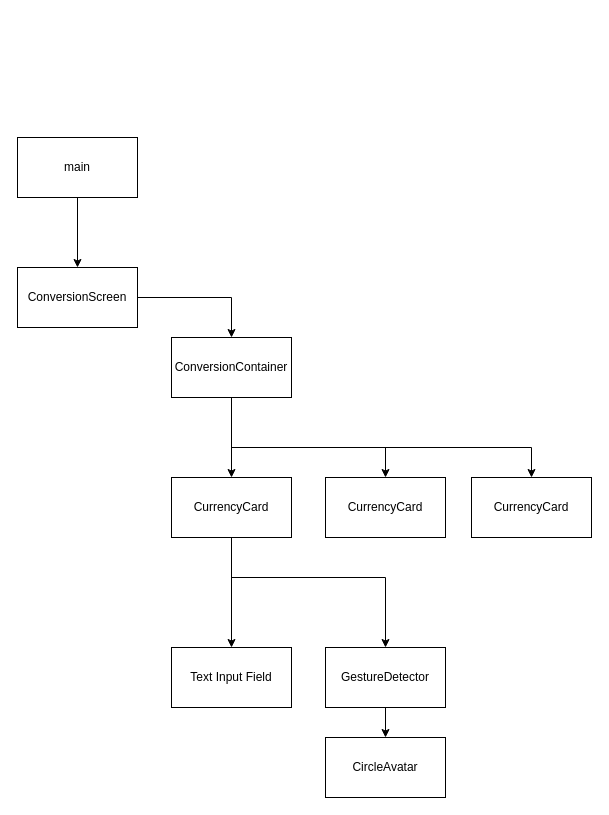
This is Untitled Diagram.drawio from carlstep/reil_money_v1, a draw.io file, before an edit. Source tidied: cells renumbered, new cells numbered last; positions are measured from the earlier drawing's top-left corner, leaving out a move shared by most shapes. Both pictures are drawn from the tidied source at 100%, with x=0, y=0 at pixel (17, 137).
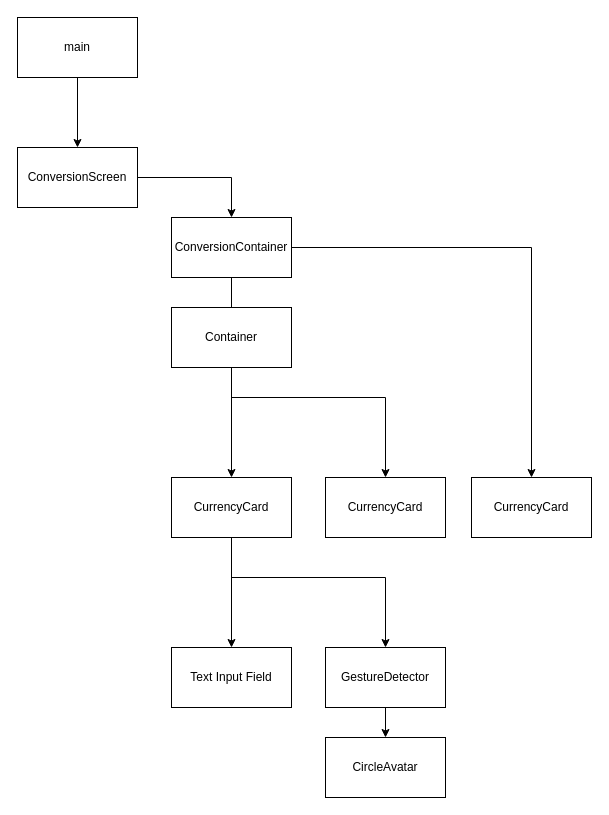
The same page after the edit.

The change refers to these unchanged cells:
```xml
<mxCell id="11" value="CurrencyCard" style="rounded=0;whiteSpace=wrap;html=1;" parent="1" vertex="1">
  <mxGeometry x="308" y="340" width="120" height="60" as="geometry" />
</mxCell>
<mxCell id="12" value="CurrencyCard" style="rounded=0;whiteSpace=wrap;html=1;" parent="1" vertex="1">
  <mxGeometry x="454" y="340" width="120" height="60" as="geometry" />
</mxCell>
```

What changed in the source:
```diff
@@
     <mxCell id="3" value="main" style="rounded=0;whiteSpace=wrap;html=1;" parent="1" vertex="1">
-      <mxGeometry width="120" height="60" as="geometry" />
+      <mxGeometry y="-120" width="120" height="60" as="geometry" />
     </mxCell>
     <mxCell id="4" style="edgeStyle=orthogonalEdgeStyle;rounded=0;jettySize=auto;html=1;entryX=0.5;entryY=0;entryDx=0;entryDy=0;exitX=0.5;exitY=1;exitDx=0;exitDy=0;" parent="1" edge="1" source="18" target="11">
       <mxGeometry relative="1" as="geometry">
         <Array as="points">
-          <mxPoint x="214" y="310" />
-          <mxPoint x="368" y="310" />
+          <mxPoint x="214" y="260" />
+          <mxPoint x="368" y="260" />
         </Array>
       </mxGeometry>
     </mxCell>
-    <mxCell id="5" style="edgeStyle=orthogonalEdgeStyle;rounded=0;jettySize=auto;html=1;entryX=0.5;entryY=0;entryDx=0;entryDy=0;exitX=0.5;exitY=1;exitDx=0;exitDy=0;" parent="1" edge="1" source="18" target="12">
+    <mxCell id="5" style="edgeStyle=orthogonalEdgeStyle;rounded=0;jettySize=auto;html=1;entryX=0.5;entryY=0;entryDx=0;entryDy=0;exitX=1;exitY=0.5;exitDx=0;exitDy=0;" parent="1" edge="1" source="18" target="12">
       <mxGeometry relative="1" as="geometry">
         <Array as="points">
-          <mxPoint x="214" y="310" />
-          <mxPoint x="514" y="310" />
+          <mxPoint x="514" y="110" />
         </Array>
       </mxGeometry>
     </mxCell>
@@
     <mxCell id="7" value="ConversionScreen" style="rounded=0;whiteSpace=wrap;html=1;" parent="1" vertex="1">
-      <mxGeometry y="130" width="120" height="60" as="geometry" />
+      <mxGeometry y="10" width="120" height="60" as="geometry" />
     </mxCell>
@@
     <mxCell id="18" value="ConversionContainer" style="rounded=0;whiteSpace=wrap;html=1;" parent="1" vertex="1">
-      <mxGeometry x="154" y="200" width="120" height="60" as="geometry" />
+      <mxGeometry x="154" y="80" width="120" height="60" as="geometry" />
     </mxCell>
+    <mxCell id="19" value="Container" style="rounded=0;whiteSpace=wrap;html=1;" parent="1" vertex="1">
+      <mxGeometry x="154" y="170" width="120" height="60" as="geometry" />
+    </mxCell>
```
